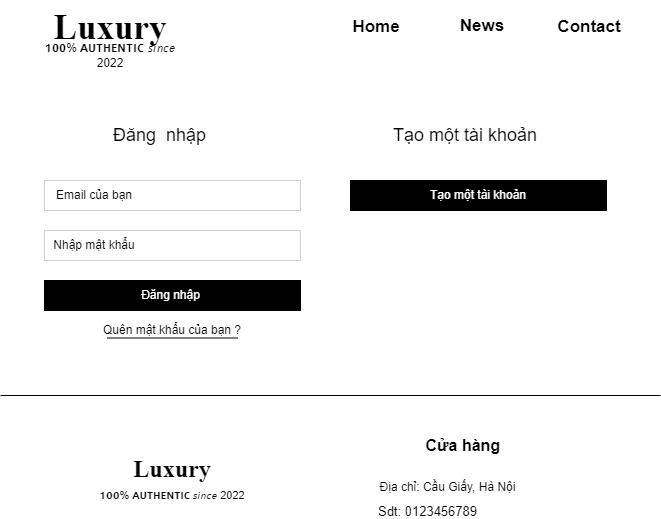
Above: images/contact.mobile.png in yenphph/web106_yenphph (draw.io), before the change. Source tidied: cells renumbered, new cells last; positions are measured from the earlier drawing's top-left corner, leaving out a move shared by most shapes.
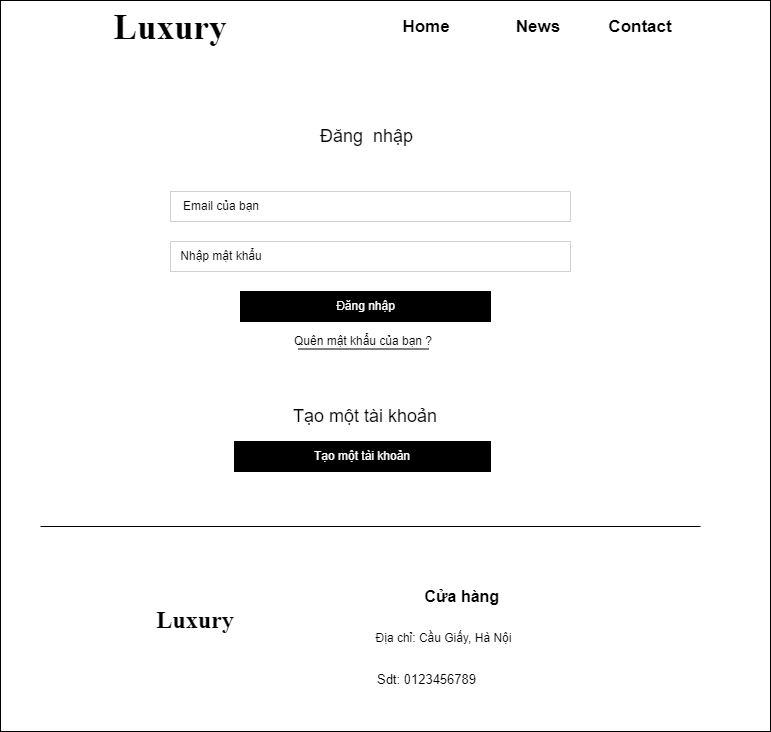
The same diagram one commit later.

What changed in the source:
```diff
@@ -2,71 +2,68 @@
   <root>
     <mxCell id="0" />
     <mxCell id="1" parent="0" />
-    <mxCell id="2" value="𝟭𝟬𝟬% 𝗔𝗨𝗧𝗛𝗘𝗡𝗧𝗜𝗖 𝘴𝘪𝘯𝘤𝘦 2022" style="text;html=1;strokeColor=none;fillColor=none;align=center;verticalAlign=middle;whiteSpace=wrap;rounded=0;" parent="1" vertex="1">
-      <mxGeometry x="30" y="40.3" width="160" height="30" as="geometry" />
-    </mxCell>
+    <mxCell id="24" style="rounded=0;whiteSpace=wrap;html=1;" parent="1" vertex="1">
+      <mxGeometry x="-60" y="-11" width="770" height="731" as="geometry" />
+    </mxCell>
     <mxCell id="3" value="Luxury" style="text;html=1;strokeColor=none;fillColor=none;align=center;verticalAlign=middle;whiteSpace=wrap;rounded=0;fontSize=35;fontStyle=1;fontFamily=Times New Roman;" parent="1" vertex="1">
-      <mxGeometry x="30" width="160" height="53.1" as="geometry" />
+      <mxGeometry x="30" y="-10.9" width="160" height="53.1" as="geometry" />
     </mxCell>
     <mxCell id="4" value="Đăng&amp;nbsp; nhập&amp;nbsp;" style="text;html=1;strokeColor=none;fillColor=none;align=center;verticalAlign=middle;whiteSpace=wrap;rounded=0;fontSize=18;" parent="1" vertex="1">
-      <mxGeometry x="106.5" y="120" width="110" height="30" as="geometry" />
+      <mxGeometry x="254" y="110" width="110" height="30" as="geometry" />
     </mxCell>
     <mxCell id="5" style="rounded=0;whiteSpace=wrap;html=1;strokeWidth=0;" parent="1" vertex="1">
-      <mxGeometry x="44" y="180" width="256" height="30" as="geometry" />
+      <mxGeometry x="110" y="180" width="400" height="30" as="geometry" />
     </mxCell>
     <mxCell id="6" style="rounded=0;whiteSpace=wrap;html=1;strokeWidth=0;" parent="1" vertex="1">
-      <mxGeometry x="44" y="230" width="256" height="30" as="geometry" />
+      <mxGeometry x="110" y="230" width="400" height="30" as="geometry" />
     </mxCell>
     <mxCell id="7" value="Email của bạn" style="text;html=1;strokeColor=none;fillColor=none;align=center;verticalAlign=middle;whiteSpace=wrap;rounded=0;" parent="1" vertex="1">
-      <mxGeometry x="44" y="180" width="100" height="30" as="geometry" />
+      <mxGeometry x="111" y="180" width="100" height="30" as="geometry" />
     </mxCell>
     <mxCell id="8" value="Nhập mật khẩu" style="text;html=1;strokeColor=none;fillColor=none;align=center;verticalAlign=middle;whiteSpace=wrap;rounded=0;" parent="1" vertex="1">
-      <mxGeometry x="44" y="230" width="100" height="30" as="geometry" />
+      <mxGeometry x="111" y="230" width="100" height="30" as="geometry" />
     </mxCell>
     <mxCell id="9" style="rounded=0;whiteSpace=wrap;html=1;strokeWidth=1;fillColor=#000000;" parent="1" vertex="1">
-      <mxGeometry x="44" y="280" width="256" height="30" as="geometry" />
+      <mxGeometry x="180" y="280" width="250" height="30" as="geometry" />
     </mxCell>
     <mxCell id="10" value="Đăng nhập" style="text;html=1;strokeColor=none;fillColor=none;align=center;verticalAlign=middle;whiteSpace=wrap;rounded=0;fontColor=#FFFFFF;" parent="1" vertex="1">
-      <mxGeometry x="130" y="280" width="81" height="30" as="geometry" />
+      <mxGeometry x="264.5" y="280" width="81" height="30" as="geometry" />
     </mxCell>
     <mxCell id="11" value="Quên mật khẩu của bạn ?" style="text;html=1;strokeColor=none;fillColor=none;align=center;verticalAlign=middle;whiteSpace=wrap;rounded=0;" parent="1" vertex="1">
-      <mxGeometry x="99" y="310" width="146" height="40" as="geometry" />
+      <mxGeometry x="230" y="310" width="146" height="40" as="geometry" />
     </mxCell>
     <mxCell id="12" style="line;strokeWidth=1;html=1;" parent="1" vertex="1">
-      <mxGeometry x="106.5" y="330" width="131" height="15" as="geometry" />
+      <mxGeometry x="237.5" y="330" width="131" height="15" as="geometry" />
     </mxCell>
     <mxCell id="13" value="&lt;font style=&quot;font-size: 18px;&quot;&gt;Tạo một tài khoản&lt;/font&gt;" style="text;html=1;strokeColor=none;fillColor=none;align=center;verticalAlign=middle;whiteSpace=wrap;rounded=0;fontSize=18;" parent="1" vertex="1">
-      <mxGeometry x="380" y="120" width="170" height="30" as="geometry" />
+      <mxGeometry x="220" y="390" width="170" height="30" as="geometry" />
     </mxCell>
     <mxCell id="14" value="&lt;font color=&quot;#ffffff&quot;&gt;Tạo một tài khoản&lt;/font&gt;" style="rounded=0;whiteSpace=wrap;html=1;strokeWidth=1;strokeColor=#000000;fillColor=#000000;" parent="1" vertex="1">
-      <mxGeometry x="350" y="180" width="256" height="30" as="geometry" />
+      <mxGeometry x="174" y="430" width="256" height="30" as="geometry" />
     </mxCell>
     <mxCell id="15" style="line;strokeWidth=1;dashed=0;labelPosition=right;align=left;verticalAlign=middle;spacingTop=0;spacingLeft=6;" parent="1" vertex="1">
-      <mxGeometry y="390" width="660" height="10" as="geometry" />
+      <mxGeometry x="-20" y="510" width="660" height="10" as="geometry" />
     </mxCell>
     <mxCell id="16" value="&lt;font style=&quot;font-size: 24px;&quot;&gt;Luxury&lt;/font&gt;" style="text;html=1;strokeColor=none;fillColor=none;align=center;verticalAlign=middle;whiteSpace=wrap;rounded=0;fontSize=35;fontStyle=1;fontFamily=Times New Roman;" parent="1" vertex="1">
-      <mxGeometry x="117" y="450" width="110" height="30" as="geometry" />
+      <mxGeometry x="80" y="590" width="110" height="30" as="geometry" />
     </mxCell>
-    <mxCell id="17" value="𝟭𝟬𝟬% 𝗔𝗨𝗧𝗛𝗘𝗡𝗧𝗜𝗖 𝘴𝘪𝘯𝘤𝘦 2022" style="text;html=1;strokeColor=none;fillColor=none;align=center;verticalAlign=middle;whiteSpace=wrap;rounded=0;fontSize=11;" parent="1" vertex="1">
-      <mxGeometry x="92" y="480" width="160" height="30" as="geometry" />
-    </mxCell>
     <mxCell id="18" value="Cửa hàng&amp;nbsp;" style="text;html=1;strokeColor=none;fillColor=none;align=center;verticalAlign=middle;whiteSpace=wrap;rounded=0;fontSize=16;fontStyle=1;" parent="1" vertex="1">
-      <mxGeometry x="371" y="430" width="188" height="30" as="geometry" />
+      <mxGeometry x="310" y="570" width="188" height="30" as="geometry" />
     </mxCell>
     <mxCell id="19" value="Địa chỉ: Cầu Giấy, Hà Nội" style="text;html=1;align=center;verticalAlign=middle;strokeColor=none;fillColor=none;fontSize=12;" parent="1" vertex="1">
-      <mxGeometry x="364" y="470" width="165" height="33" as="geometry" />
+      <mxGeometry x="300" y="610" width="165" height="33" as="geometry" />
     </mxCell>
     <mxCell id="20" value="Sdt: 0123456789" style="text;html=1;strokeColor=none;fillColor=none;align=center;verticalAlign=middle;whiteSpace=wrap;rounded=0;fontSize=13;" parent="1" vertex="1">
-      <mxGeometry x="364" y="503" width="127" height="15" as="geometry" />
+      <mxGeometry x="303" y="660" width="127" height="15" as="geometry" />
     </mxCell>
     <mxCell id="21" value="&lt;span style=&quot;font-size: 17px;&quot;&gt;&lt;b&gt;Home&lt;/b&gt;&lt;/span&gt;" style="text;html=1;strokeColor=none;fillColor=none;align=center;verticalAlign=middle;whiteSpace=wrap;rounded=0;" parent="1" vertex="1">
-      <mxGeometry x="334" y="12.2" width="84" height="30" as="geometry" />
+      <mxGeometry x="324" y="0.6" width="84" height="30" as="geometry" />
     </mxCell>
     <mxCell id="22" value="&lt;b&gt;&lt;font style=&quot;font-size: 17px;&quot;&gt;News&lt;/font&gt;&lt;/b&gt;" style="text;html=1;strokeColor=none;fillColor=none;align=center;verticalAlign=middle;whiteSpace=wrap;rounded=0;" parent="1" vertex="1">
-      <mxGeometry x="451.5" y="10.9" width="60" height="30" as="geometry" />
+      <mxGeometry x="448" y="0.6" width="60" height="30" as="geometry" />
     </mxCell>
     <mxCell id="23" value="&lt;span style=&quot;font-size: 17px;&quot;&gt;&lt;b&gt;Contact&lt;/b&gt;&lt;/span&gt;" style="text;html=1;strokeColor=none;fillColor=none;align=center;verticalAlign=middle;whiteSpace=wrap;rounded=0;" parent="1" vertex="1">
-      <mxGeometry x="558.5" y="12.2" width="60" height="30" as="geometry" />
+      <mxGeometry x="550" y="0.6" width="60" height="30" as="geometry" />
     </mxCell>
   </root>
 </mxGraphModel>
```
